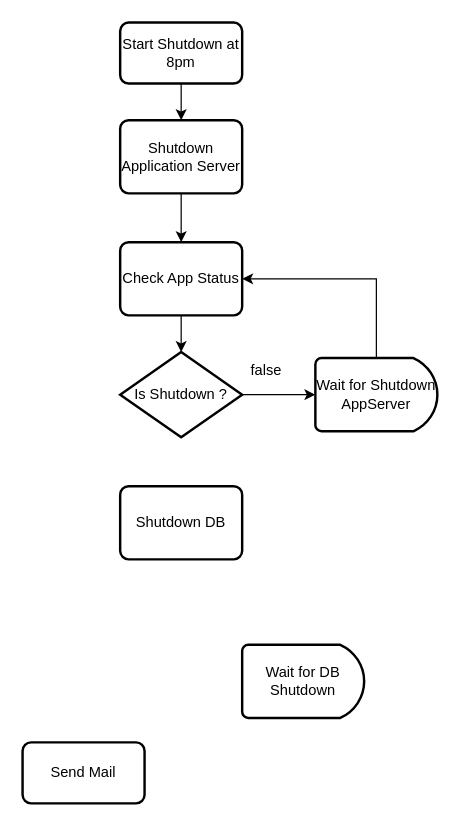
Before: cloudnative_scheduling/documentation/State Maschine.drawio in Avarios/CDK-Examples, a draw.io diagram. Source tidied: cells renumbered, new cells numbered last; positions are measured from the earlier drawing's top-left corner, leaving out a move shared by most shapes. Both pictures are drawn from the tidied source at 122%, with x=0, y=0 at pixel (22, 22).
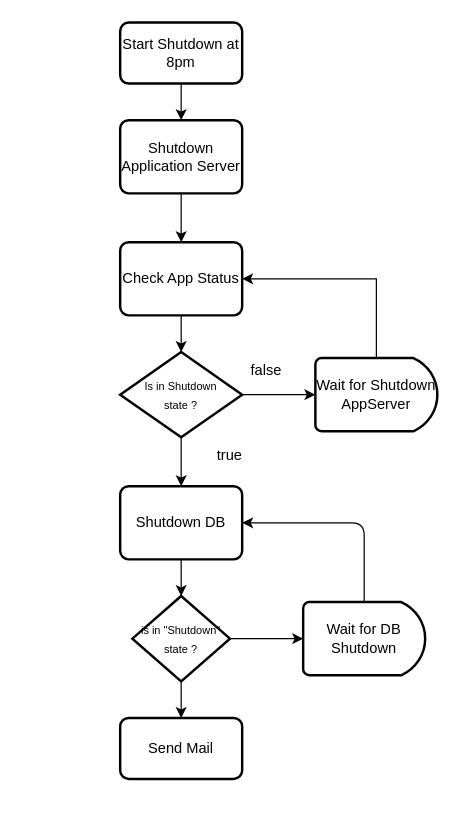
After the change.

Commit message (it also covers changes not shown here):
Added drawio, state machine and networkstack

The change refers to these unchanged cells:
```xml
<mxCell id="5" value="Shutdown DB" style="rounded=1;whiteSpace=wrap;html=1;absoluteArcSize=1;arcSize=14;strokeWidth=2;" parent="1" vertex="1">
  <mxGeometry x="80" y="380" width="100" height="60" as="geometry" />
</mxCell>
```

The edit, as a diff of the source:
```diff
@@
     <mxCell id="4" value="Wait for DB Shutdown" style="strokeWidth=2;html=1;shape=mxgraph.flowchart.delay;whiteSpace=wrap;" parent="1" vertex="1">
-      <mxGeometry x="180" y="510" width="100" height="60" as="geometry" />
+      <mxGeometry x="230" y="475" width="100" height="60" as="geometry" />
     </mxCell>
+    <mxCell id="16" style="edgeStyle=orthogonalEdgeStyle;rounded=0;jettySize=auto;html=1;" parent="1" edge="1" source="5" target="21">
+      <mxGeometry relative="1" as="geometry" />
+    </mxCell>
@@
     <mxCell id="10" value="Send Mail" style="rounded=1;whiteSpace=wrap;html=1;absoluteArcSize=1;arcSize=14;strokeWidth=2;" parent="1" vertex="1">
-      <mxGeometry y="590" width="100" height="50" as="geometry" />
+      <mxGeometry x="80" y="570" width="100" height="50" as="geometry" />
     </mxCell>
@@
+    <mxCell id="17" style="edgeStyle=orthogonalEdgeStyle;rounded=0;jettySize=auto;html=1;" parent="1" edge="1" source="14" target="5">
+      <mxGeometry relative="1" as="geometry" />
+    </mxCell>
-    <mxCell id="14" value="Is Shutdown ?" style="strokeWidth=2;html=1;shape=mxgraph.flowchart.decision;whiteSpace=wrap;" parent="1" vertex="1">
+    <mxCell id="14" value="&lt;font style=&quot;font-size: 9px&quot;&gt;Is in Shutdown&lt;br&gt;state ?&lt;/font&gt;" style="strokeWidth=2;html=1;shape=mxgraph.flowchart.decision;whiteSpace=wrap;" parent="1" vertex="1">
       <mxGeometry x="80" y="270" width="100" height="70" as="geometry" />
     </mxCell>
@@
+    <mxCell id="18" value="true" style="text;html=1;strokeColor=none;fillColor=none;align=center;verticalAlign=middle;whiteSpace=wrap;rounded=0;" parent="1" vertex="1">
+      <mxGeometry x="150" y="345" width="40" height="20" as="geometry" />
+    </mxCell>
+    <mxCell id="19" style="edgeStyle=orthogonalEdgeStyle;rounded=0;jettySize=auto;html=1;" parent="1" edge="1" source="21" target="4">
+      <mxGeometry relative="1" as="geometry" />
+    </mxCell>
+    <mxCell id="20" style="edgeStyle=orthogonalEdgeStyle;rounded=0;jettySize=auto;html=1;" parent="1" edge="1" source="21" target="10">
+      <mxGeometry relative="1" as="geometry" />
+    </mxCell>
+    <mxCell id="21" value="&lt;font style=&quot;font-size: 9px&quot;&gt;is in &quot;Shutdown&quot; state ?&lt;br&gt;&lt;/font&gt;" style="strokeWidth=2;html=1;shape=mxgraph.flowchart.decision;whiteSpace=wrap;" parent="1" vertex="1">
+      <mxGeometry x="90" y="470" width="80" height="70" as="geometry" />
+    </mxCell>
+    <mxCell id="22" style="endArrow=classic;html=1;exitX=0.5;exitY=0;exitDx=0;exitDy=0;exitPerimeter=0;entryX=1;entryY=0.5;entryDx=0;entryDy=0;" parent="1" edge="1" source="4" target="5">
+      <mxGeometry relative="1" as="geometry">
+        <Array as="points">
+          <mxPoint x="280" y="410" />
+        </Array>
+      </mxGeometry>
+    </mxCell>
```
